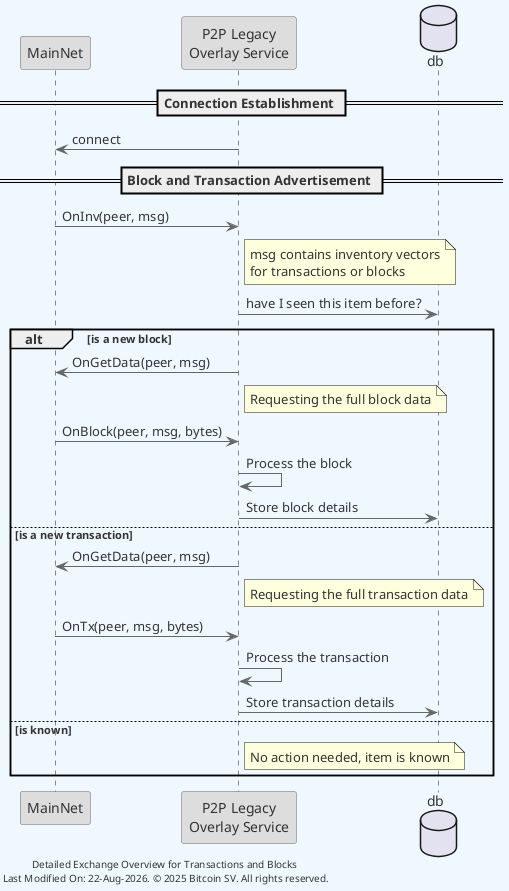
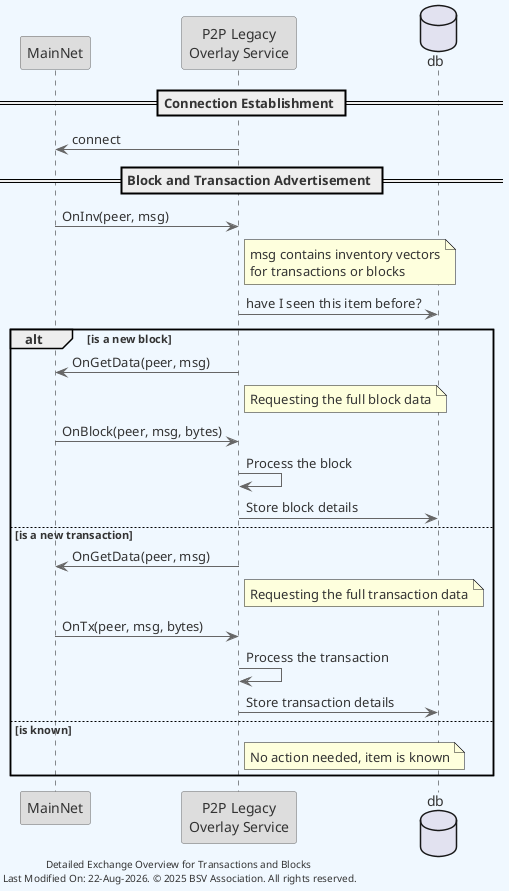
@startuml detailed_exchange
skinparam backgroundColor #F0F8FF
skinparam defaultFontColor #333333
skinparam arrowColor #666666

' Define borders for all elements
skinparam entity {
  BorderColor #666666
  BackgroundColor #DDDDDD
}

skinparam control {
  BorderColor #666666
  BackgroundColor #DDDDDD
}

skinparam participant {
  BorderColor #666666
  BackgroundColor #DDDDDD
}



participant "MainNet" as mainnet
participant "P2P Legacy\nOverlay Service" as legacy
database db

== Connection Establishment ==
legacy -> mainnet: connect

== Block and Transaction Advertisement ==
mainnet -> legacy : OnInv(peer, msg)
note right of legacy: msg contains inventory vectors\nfor transactions or blocks

legacy -> db: have I seen this item before?
alt is a new block
    legacy -> mainnet: OnGetData(peer, msg)
    note right of legacy: Requesting the full block data

    mainnet -> legacy : OnBlock(peer, msg, bytes)
    legacy -> legacy: Process the block
    legacy -> db: Store block details
else is a new transaction
    legacy -> mainnet: OnGetData(peer, msg)
    note right of legacy: Requesting the full transaction data

    mainnet -> legacy : OnTx(peer, msg, bytes)
    legacy -> legacy: Process the transaction
    legacy -> db: Store transaction details
else is known
    note right of legacy: No action needed, item is known
end

- left footer "Detailed Exchange Overview for Transactions and Blocks\n Last Modified On: %date("dd-MMM-yyyy"). © 2025 Bitcoin SV. All rights reserved."
+ left footer "Detailed Exchange Overview for Transactions and Blocks\n Last Modified On: %date("dd-MMM-yyyy"). © 2025 BSV Association. All rights reserved."

@enduml
